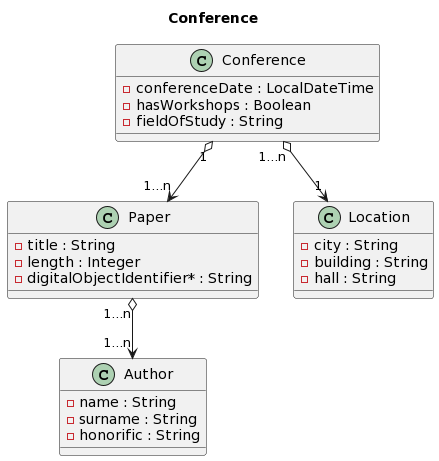
Before: docs/conference.models.png, a diagram exported from PlantUML (wzzzzwwzw/apaw-practice).
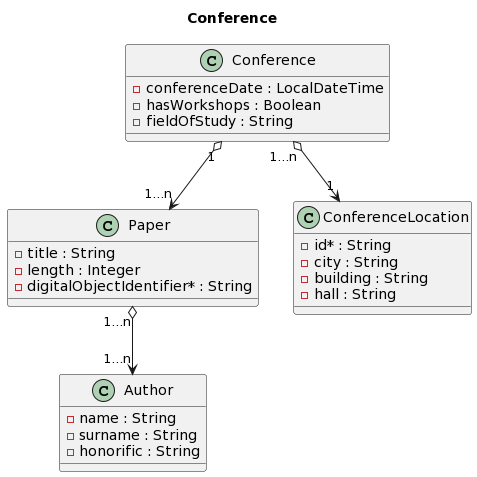
The same file after the commit.

Commit message:
Updated conference model for id in ConferenceLocation #514

Change to the diagram source:
```diff
@@ -19,7 +19,8 @@
   - honorific : String
 }
 
-Class Location {
+Class ConferenceLocation {
+  - id* : String
   - city : String
   - building : String
   - hall : String
@@ -27,5 +28,5 @@
 
 Conference "1" o--> "1...n" Paper
 Paper "1...n" o--> "1...n" Author
-Conference "1...n" o--> "1" Location
+Conference "1...n" o--> "1" ConferenceLocation
 @enduml
```
